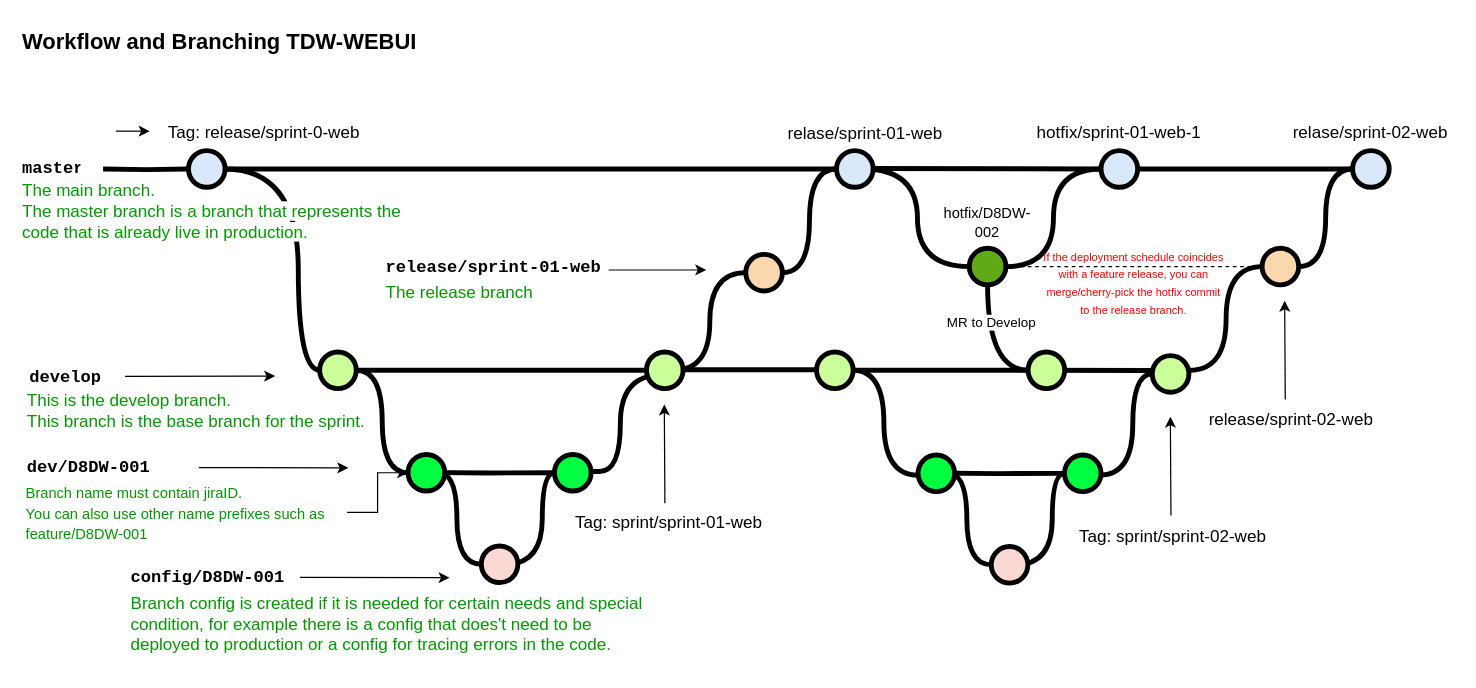
The draw.io diagram diagram/WebUI Branching.drawio in afatbenz/diagram, before the edit. Source tidied: cells renumbered, new cells numbered last; positions are measured from the earlier drawing's top-left corner, leaving out a move shared by most shapes. Both pictures are drawn from the tidied source at 122%, with x=0, y=0 at pixel (20, 21).
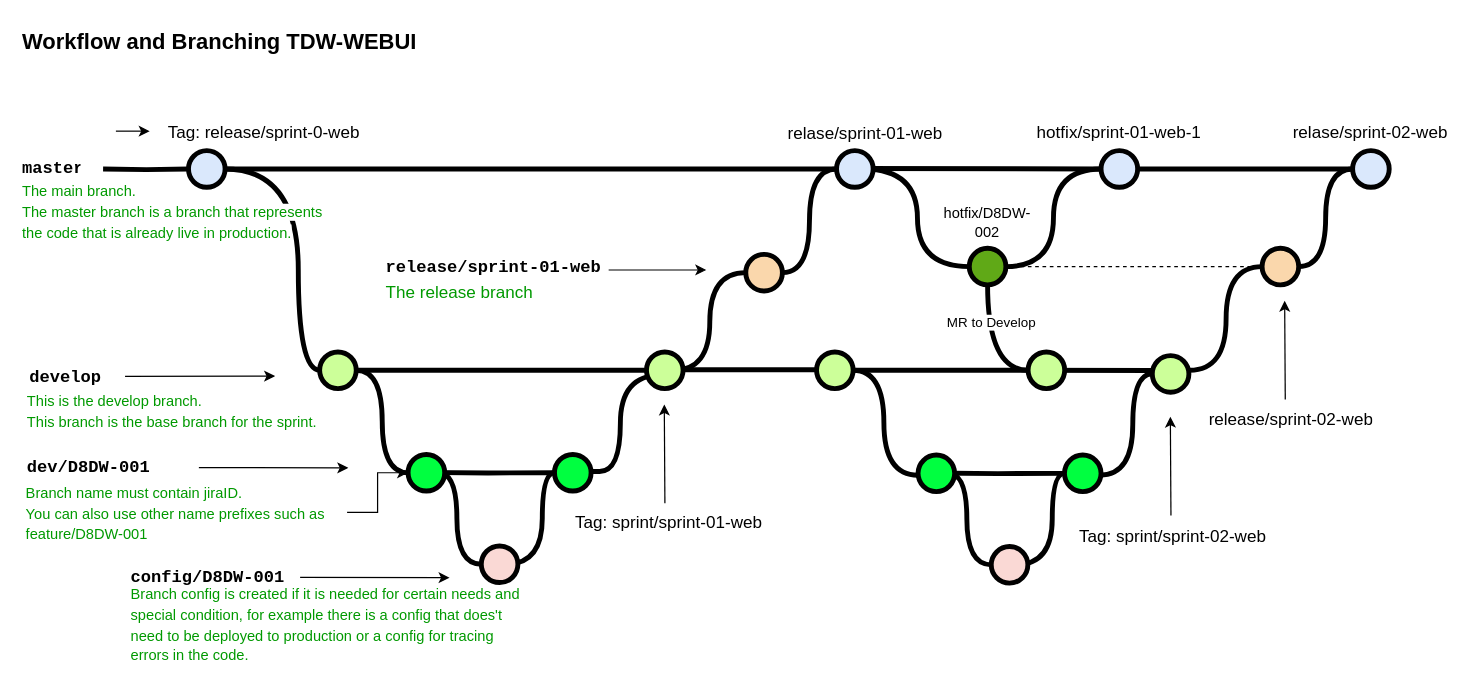
After the change.

Change to the diagram source:
```diff
@@
-    <mxCell id="14" value="&lt;div&gt;This is the develop branch.&amp;nbsp;&lt;/div&gt;&lt;div&gt;This branch is the base branch for the sprint.&lt;/div&gt;" style="text;html=1;strokeColor=none;fillColor=none;align=left;verticalAlign=middle;whiteSpace=wrap;overflow=hidden;fontSize=14;fontStyle=0;fontColor=#009900;" parent="1" vertex="1">
+    <mxCell id="14" value="&lt;div&gt;&lt;font style=&quot;font-size: 12px;&quot;&gt;This is the develop branch.&amp;nbsp;&lt;/font&gt;&lt;/div&gt;&lt;div&gt;&lt;font style=&quot;font-size: 12px;&quot;&gt;This branch is the base branch for the sprint.&lt;/font&gt;&lt;/div&gt;" style="text;html=1;strokeColor=none;fillColor=none;align=left;verticalAlign=middle;whiteSpace=wrap;overflow=hidden;fontSize=14;fontStyle=0;fontColor=#009900;" parent="1" vertex="1">
       <mxGeometry x="3.8" y="291" width="294.2" height="56" as="geometry" />
     </mxCell>
@@
-    <mxCell id="18" value="&lt;div&gt;&lt;span style=&quot;background-color: light-dark(#ffffff, var(--ge-dark-color, #121212));&quot;&gt;The main branch.&lt;/span&gt;&lt;/div&gt;&lt;div&gt;&lt;span style=&quot;background-color: light-dark(#ffffff, var(--ge-dark-color, #121212));&quot;&gt;The master branch is a branch that represents the code that is already live in production.&lt;/span&gt;&lt;/div&gt;" style="text;html=1;strokeColor=none;fillColor=none;align=left;verticalAlign=middle;whiteSpace=wrap;overflow=hidden;fontSize=14;fontStyle=0;fontColor=#009900;" parent="1" vertex="1">
-      <mxGeometry x="0.2" y="121" width="317.8" height="70" as="geometry" />
+    <mxCell id="18" value="&lt;div&gt;&lt;font style=&quot;font-size: 12px;&quot;&gt;&lt;span style=&quot;background-color: light-dark(#ffffff, var(--ge-dark-color, #121212));&quot;&gt;The main branch.&lt;/span&gt;&lt;/font&gt;&lt;/div&gt;&lt;div&gt;&lt;font style=&quot;font-size: 12px;&quot;&gt;&lt;span style=&quot;background-color: light-dark(#ffffff, var(--ge-dark-color, #121212));&quot;&gt;The master branch is a branch that represents the code that is already live in production.&lt;/span&gt;&lt;/font&gt;&lt;/div&gt;" style="text;html=1;strokeColor=none;fillColor=none;align=left;verticalAlign=middle;whiteSpace=wrap;overflow=hidden;fontSize=14;fontStyle=0;fontColor=#009900;" parent="1" vertex="1">
+      <mxGeometry x="0.2" y="121" width="257.8" height="70" as="geometry" />
     </mxCell>
@@
-    <mxCell id="75" value="&lt;font style=&quot;color: light-dark(rgb(255, 0, 0), rgb(237, 237, 237)); font-size: 9px;&quot;&gt;If the deployment schedule coincides with a feature release, you can merge/cherry-pick the hotfix commit to the release branch.&lt;/font&gt;" style="text;html=1;align=center;verticalAlign=middle;whiteSpace=wrap;rounded=0;" parent="1" vertex="1">
-      <mxGeometry x="838" y="199" width="150" height="30" as="geometry" />
-    </mxCell>
@@
-    <mxCell id="77" value="Branch config is created if it is needed for certain needs and special condition, for example there is a config that does't need to be deployed to production or a config for tracing errors in the code." style="text;html=1;strokeColor=none;fillColor=none;align=left;verticalAlign=middle;whiteSpace=wrap;overflow=hidden;fontSize=14;fontStyle=0;fontColor=#009900;" parent="1" vertex="1">
-      <mxGeometry x="88.5" y="457" width="429.5" height="73" as="geometry" />
+    <mxCell id="77" value="&lt;font style=&quot;font-size: 12px;&quot;&gt;Branch config is created if it is needed for certain needs and special condition, for example there is a config that does't need to be deployed to production or a config for tracing errors in the code.&lt;/font&gt;" style="text;html=1;strokeColor=none;fillColor=none;align=left;verticalAlign=middle;whiteSpace=wrap;overflow=hidden;fontSize=14;fontStyle=0;fontColor=#009900;" parent="1" vertex="1">
+      <mxGeometry x="88.5" y="457" width="329.5" height="73" as="geometry" />
     </mxCell>
```
